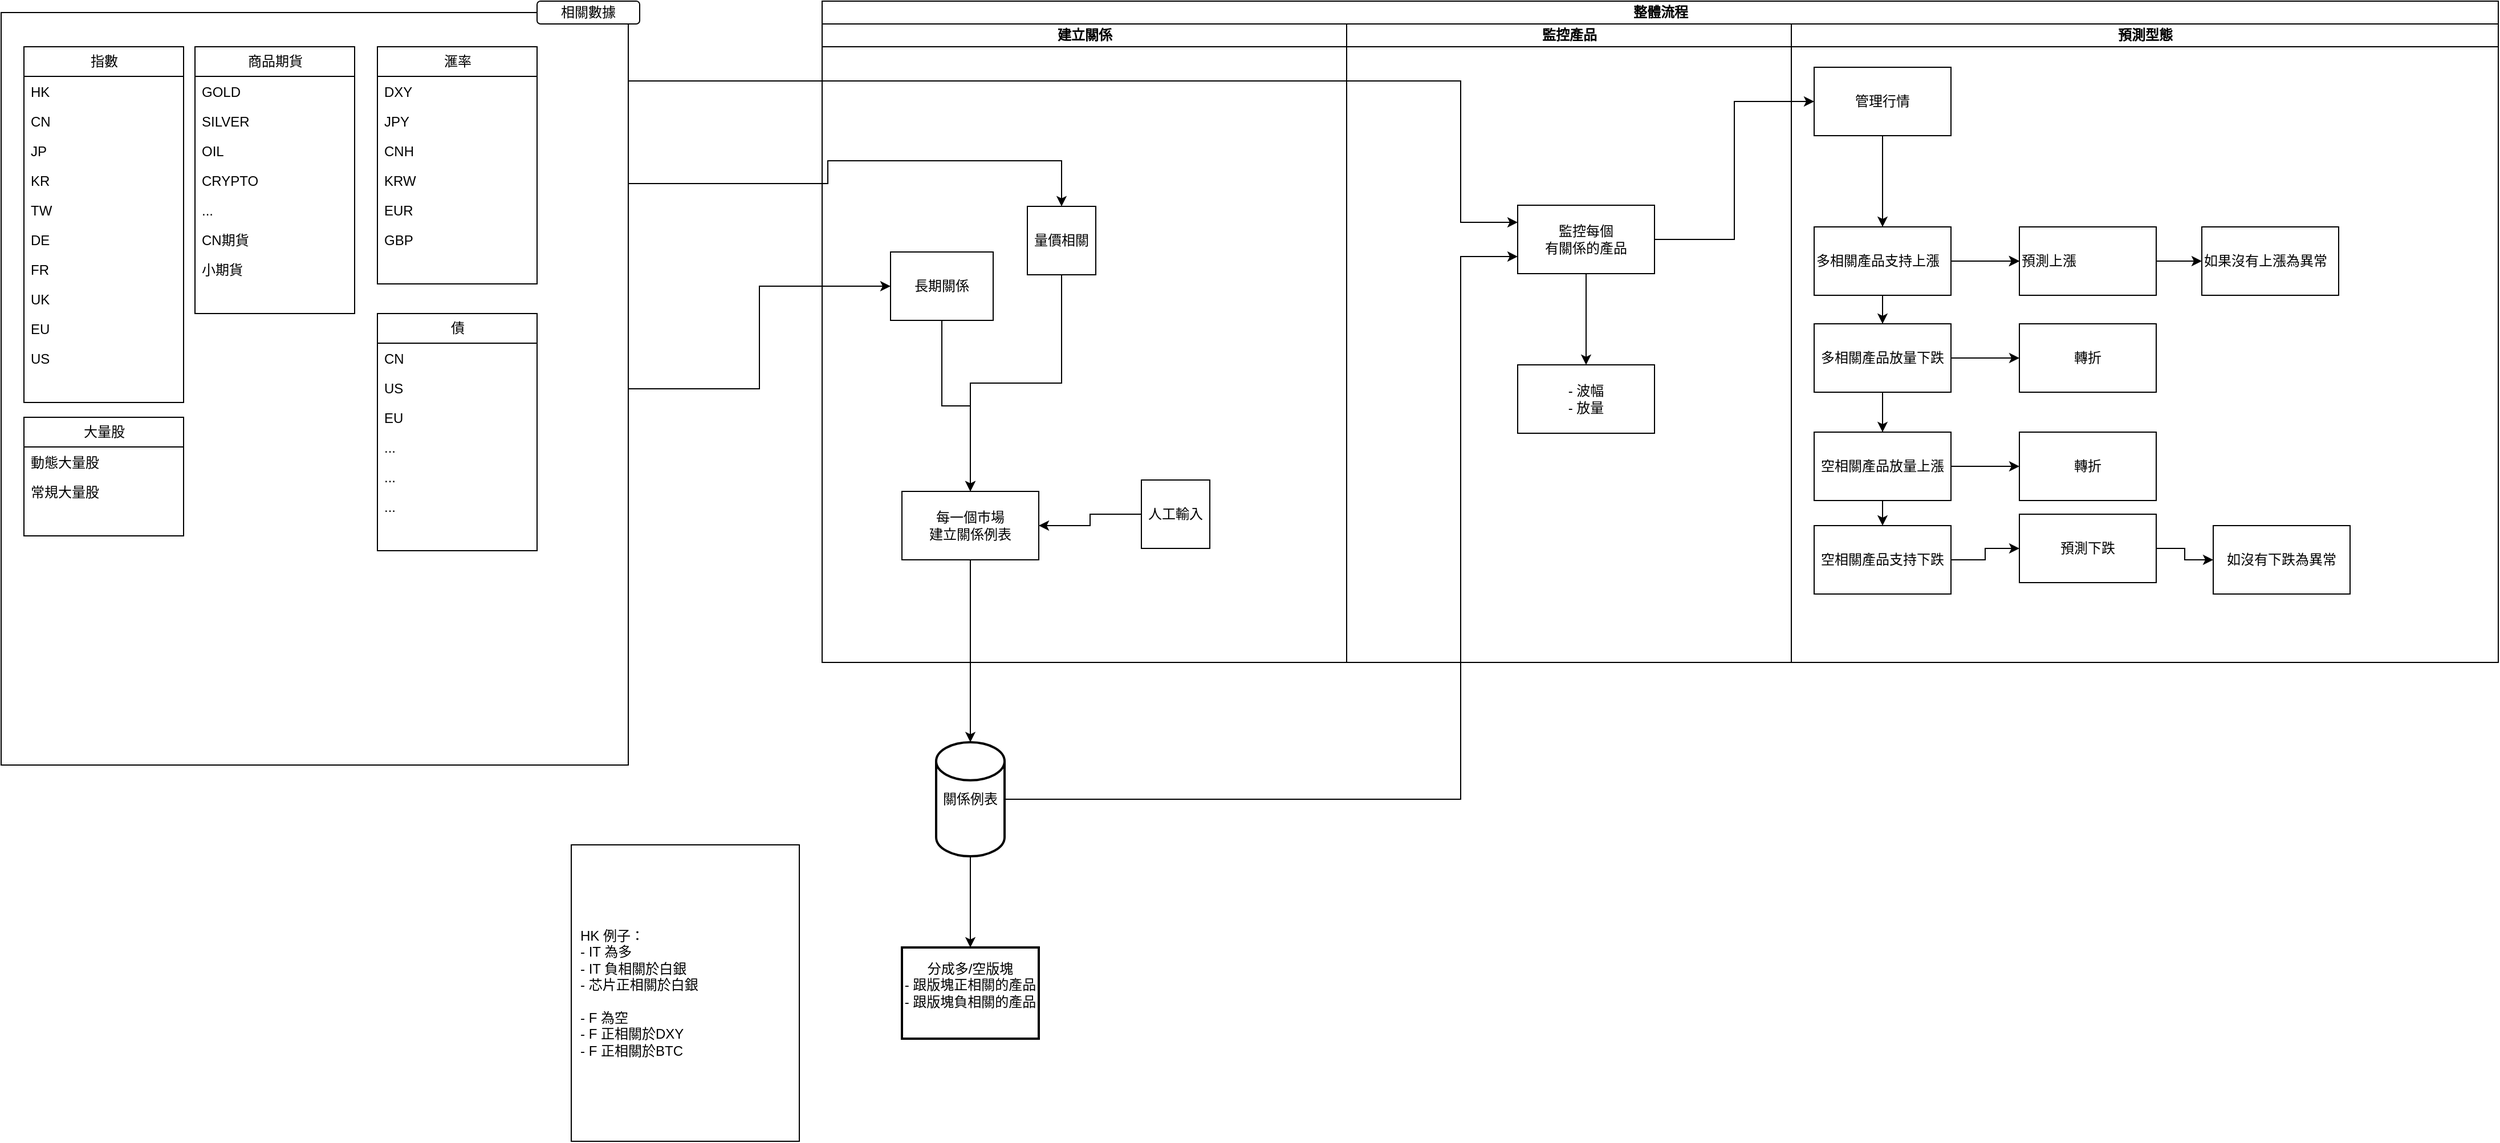
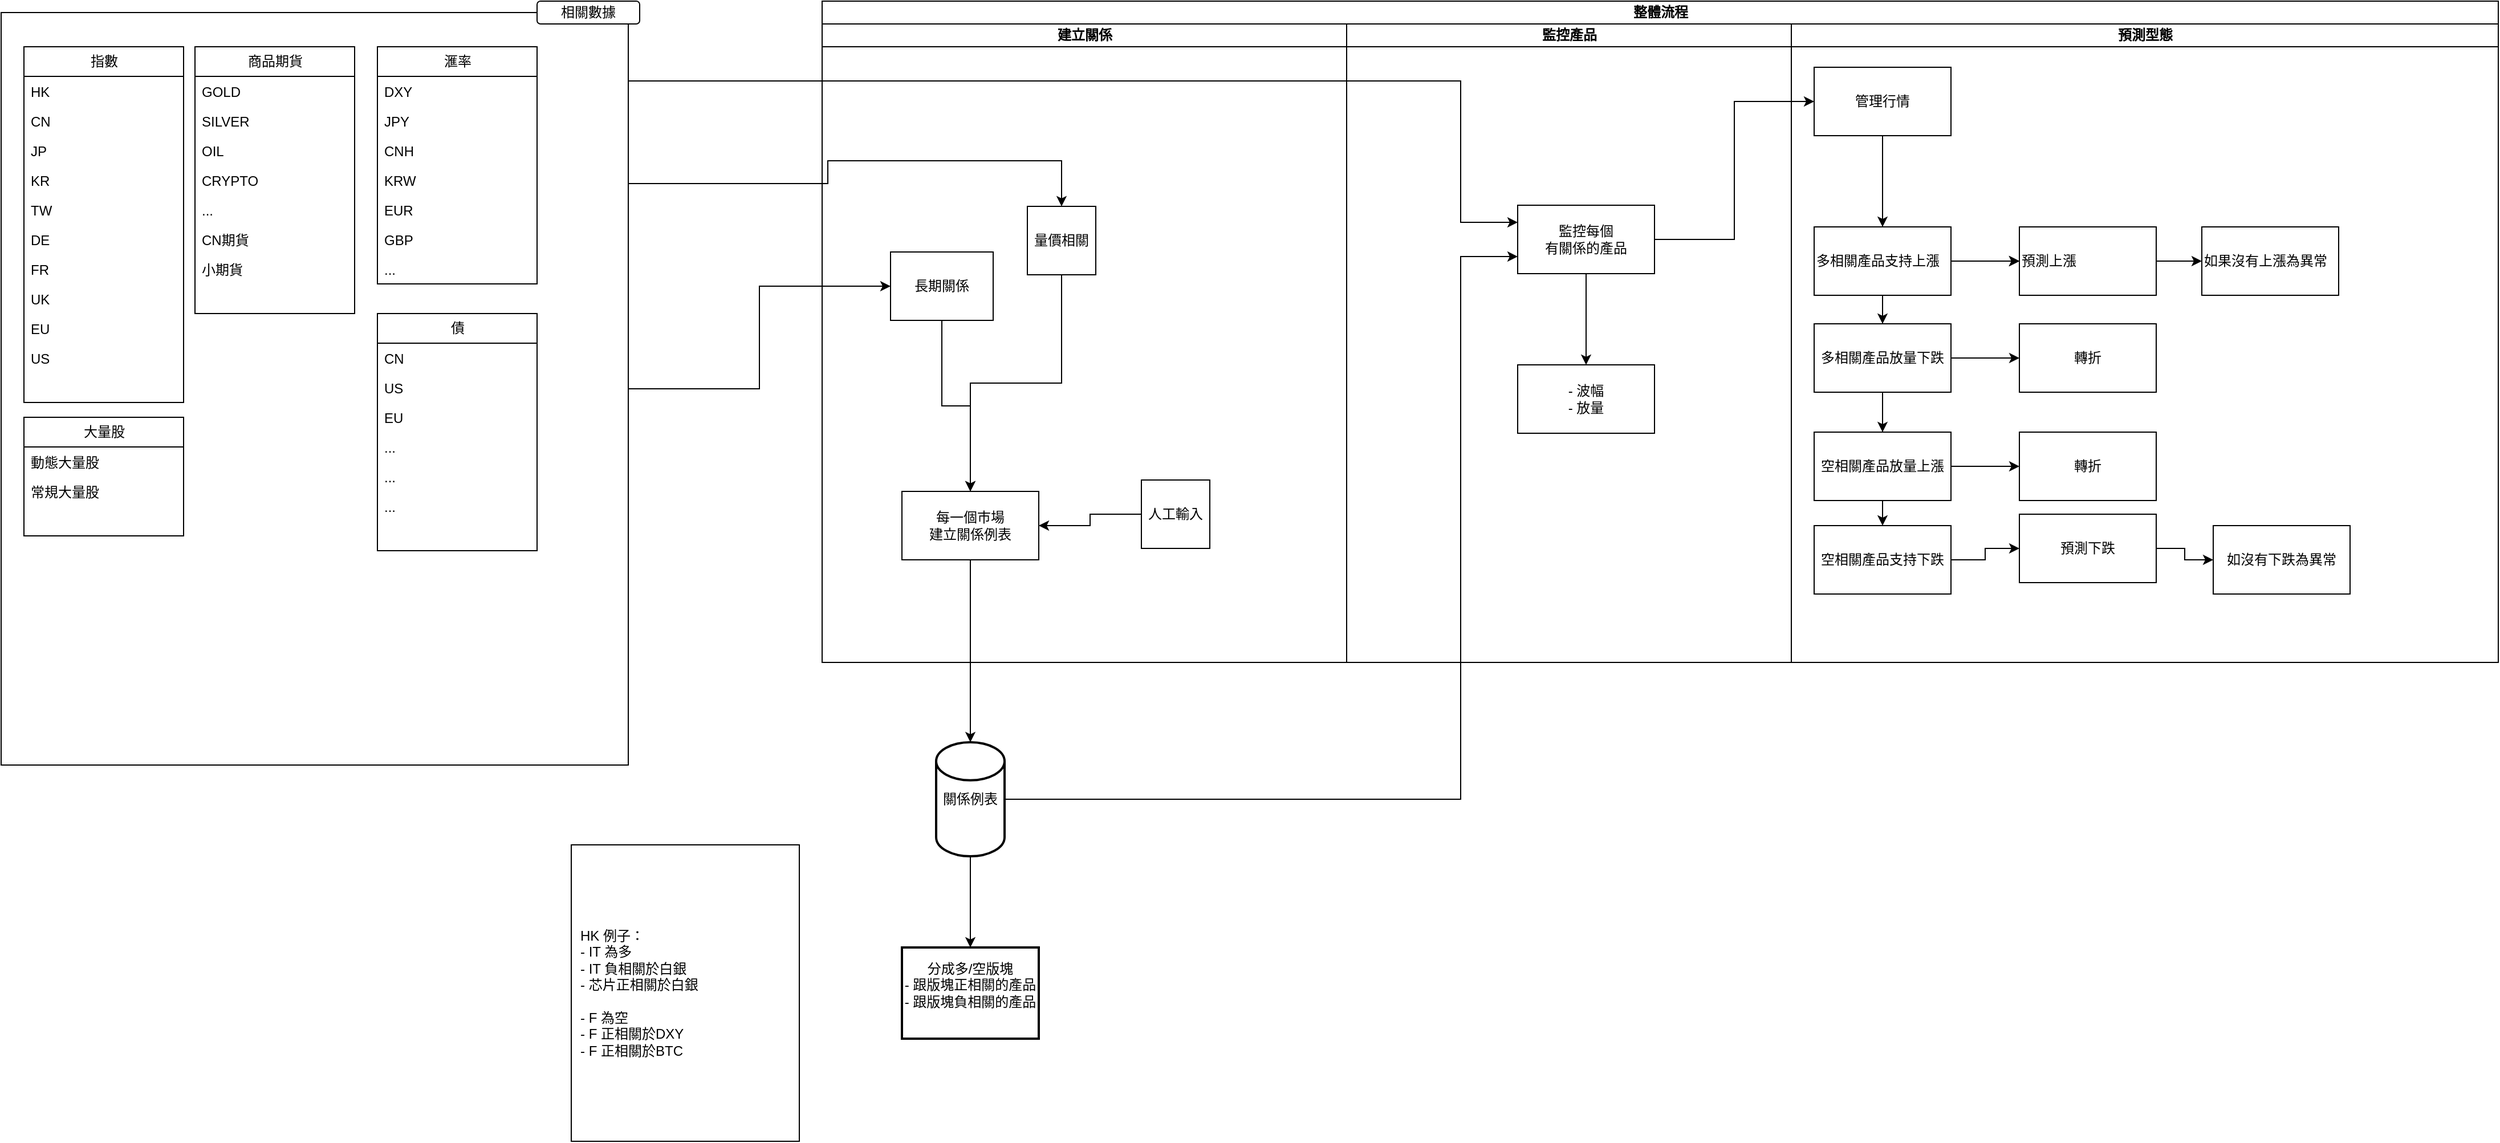
<mxfile host="app.diagrams.net" agent="5.0 (Windows NT 10.0; Win64; x64) AppleWebKit/537.36 (KHTML, like Gecko) Chrome/90.0.4430.212 Safari/537.36">
  <diagram name="Page-1" id="74e2e168-ea6b-b213-b513-2b3c1d86103e">
-     <mxGraphModel dx="3118" dy="786" grid="1" gridSize="10" guides="1" tooltips="1" connect="1" arrows="1" fold="1" page="1" pageScale="1" pageWidth="1100" pageHeight="850" background="none" math="0" shadow="0">
+     <mxGraphModel dx="3812" dy="1174" grid="1" gridSize="10" guides="1" tooltips="1" connect="1" arrows="1" fold="1" page="1" pageScale="1" pageWidth="1100" pageHeight="850" background="none" math="0" shadow="0">
      <root>
        <mxCell id="0" />
        <mxCell id="1" parent="0" />
        <mxCell id="YQHDDsOLslfGtJY1zLIF-77" edge="1" parent="1" source="YQHDDsOLslfGtJY1zLIF-29" style="edgeStyle=orthogonalEdgeStyle;rounded=0;orthogonalLoop=1;jettySize=auto;html=1;entryX=0.5;entryY=0;entryDx=0;entryDy=0;" target="YQHDDsOLslfGtJY1zLIF-23">
          <mxGeometry relative="1" as="geometry">
            <Array as="points">
              <mxPoint x="145" y="220" />
              <mxPoint x="145" y="200" />
              <mxPoint x="350" y="200" />
            </Array>
          </mxGeometry>
        </mxCell>
        <mxCell id="YQHDDsOLslfGtJY1zLIF-78" edge="1" parent="1" source="YQHDDsOLslfGtJY1zLIF-29" style="edgeStyle=orthogonalEdgeStyle;rounded=0;orthogonalLoop=1;jettySize=auto;html=1;entryX=0;entryY=0.5;entryDx=0;entryDy=0;" target="YQHDDsOLslfGtJY1zLIF-21">
          <mxGeometry relative="1" as="geometry" />
        </mxCell>
        <mxCell id="YQHDDsOLslfGtJY1zLIF-80" edge="1" parent="1" source="YQHDDsOLslfGtJY1zLIF-29" style="edgeStyle=orthogonalEdgeStyle;rounded=0;orthogonalLoop=1;jettySize=auto;html=1;entryX=0;entryY=0.25;entryDx=0;entryDy=0;" target="YQHDDsOLslfGtJY1zLIF-15">
          <mxGeometry relative="1" as="geometry">
            <Array as="points">
              <mxPoint x="700" y="130" />
              <mxPoint x="700" y="254" />
            </Array>
          </mxGeometry>
        </mxCell>
        <mxCell id="YQHDDsOLslfGtJY1zLIF-29" parent="1" style="rounded=0;whiteSpace=wrap;html=1;" value="" vertex="1">
          <mxGeometry height="660" width="550" x="-580" y="70" as="geometry" />
        </mxCell>
        <mxCell id="YQHDDsOLslfGtJY1zLIF-5" parent="1" style="swimlane;childLayout=stackLayout;resizeParent=1;resizeParentMax=0;startSize=20;html=1;" value="整體流程" vertex="1">
          <mxGeometry height="580" width="1470" x="140" y="60" as="geometry" />
        </mxCell>
        <mxCell id="YQHDDsOLslfGtJY1zLIF-6" parent="YQHDDsOLslfGtJY1zLIF-5" style="swimlane;startSize=20;html=1;" value="建立關係" vertex="1">
          <mxGeometry height="560" width="460" y="20" as="geometry" />
        </mxCell>
        <mxCell id="YQHDDsOLslfGtJY1zLIF-9" parent="YQHDDsOLslfGtJY1zLIF-6" style="rounded=0;whiteSpace=wrap;html=1;" value="每一個巿場&lt;br&gt;建立關係例表" vertex="1">
          <mxGeometry height="60" width="120" x="70" y="410" as="geometry" />
        </mxCell>
        <mxCell id="YQHDDsOLslfGtJY1zLIF-22" edge="1" parent="YQHDDsOLslfGtJY1zLIF-6" source="YQHDDsOLslfGtJY1zLIF-21" style="edgeStyle=orthogonalEdgeStyle;rounded=0;orthogonalLoop=1;jettySize=auto;html=1;entryX=0.5;entryY=0;entryDx=0;entryDy=0;" target="YQHDDsOLslfGtJY1zLIF-9">
          <mxGeometry relative="1" as="geometry" />
        </mxCell>
        <mxCell id="YQHDDsOLslfGtJY1zLIF-21" parent="YQHDDsOLslfGtJY1zLIF-6" style="rounded=0;whiteSpace=wrap;html=1;" value="長期關係" vertex="1">
          <mxGeometry height="60" width="90" x="60" y="200" as="geometry" />
        </mxCell>
        <mxCell id="YQHDDsOLslfGtJY1zLIF-25" edge="1" parent="YQHDDsOLslfGtJY1zLIF-6" source="YQHDDsOLslfGtJY1zLIF-23" style="edgeStyle=orthogonalEdgeStyle;rounded=0;orthogonalLoop=1;jettySize=auto;html=1;entryX=0.5;entryY=0;entryDx=0;entryDy=0;" target="YQHDDsOLslfGtJY1zLIF-9">
          <mxGeometry relative="1" as="geometry" />
        </mxCell>
        <mxCell id="YQHDDsOLslfGtJY1zLIF-23" parent="YQHDDsOLslfGtJY1zLIF-6" style="rounded=0;whiteSpace=wrap;html=1;" value="量價相關" vertex="1">
          <mxGeometry height="60" width="60" x="180" y="160" as="geometry" />
        </mxCell>
        <mxCell id="YQHDDsOLslfGtJY1zLIF-79" edge="1" parent="YQHDDsOLslfGtJY1zLIF-6" source="YQHDDsOLslfGtJY1zLIF-26" style="edgeStyle=orthogonalEdgeStyle;rounded=0;orthogonalLoop=1;jettySize=auto;html=1;" target="YQHDDsOLslfGtJY1zLIF-9">
          <mxGeometry relative="1" as="geometry" />
        </mxCell>
        <mxCell id="YQHDDsOLslfGtJY1zLIF-26" parent="YQHDDsOLslfGtJY1zLIF-6" style="rounded=0;whiteSpace=wrap;html=1;" value="人工輸入" vertex="1">
          <mxGeometry height="60" width="60" x="280" y="400" as="geometry" />
        </mxCell>
        <mxCell id="YQHDDsOLslfGtJY1zLIF-7" parent="YQHDDsOLslfGtJY1zLIF-5" style="swimlane;startSize=20;html=1;" value="監控產品" vertex="1">
          <mxGeometry height="560" width="390" x="460" y="20" as="geometry" />
        </mxCell>
        <mxCell id="YQHDDsOLslfGtJY1zLIF-82" edge="1" parent="YQHDDsOLslfGtJY1zLIF-7" source="YQHDDsOLslfGtJY1zLIF-15" style="edgeStyle=orthogonalEdgeStyle;rounded=0;orthogonalLoop=1;jettySize=auto;html=1;" target="YQHDDsOLslfGtJY1zLIF-81" value="">
          <mxGeometry relative="1" as="geometry" />
        </mxCell>
        <mxCell id="YQHDDsOLslfGtJY1zLIF-15" parent="YQHDDsOLslfGtJY1zLIF-7" style="rounded=0;whiteSpace=wrap;html=1;" value="&lt;div&gt;監控每個&lt;/div&gt;&lt;div&gt;有關係的產品&lt;/div&gt;" vertex="1">
          <mxGeometry height="60" width="120" x="150" y="159" as="geometry" />
        </mxCell>
        <mxCell id="YQHDDsOLslfGtJY1zLIF-81" parent="YQHDDsOLslfGtJY1zLIF-7" style="whiteSpace=wrap;html=1;rounded=0;" value="- 波幅&lt;div&gt;- 放量&lt;/div&gt;" vertex="1">
          <mxGeometry height="60" width="120" x="150" y="299" as="geometry" />
        </mxCell>
        <mxCell id="YQHDDsOLslfGtJY1zLIF-18" edge="1" parent="YQHDDsOLslfGtJY1zLIF-5" source="YQHDDsOLslfGtJY1zLIF-15" style="edgeStyle=orthogonalEdgeStyle;rounded=0;orthogonalLoop=1;jettySize=auto;html=1;entryX=0;entryY=0.5;entryDx=0;entryDy=0;" target="YQHDDsOLslfGtJY1zLIF-17">
          <mxGeometry relative="1" as="geometry" />
        </mxCell>
        <mxCell id="YQHDDsOLslfGtJY1zLIF-8" parent="YQHDDsOLslfGtJY1zLIF-5" style="swimlane;startSize=20;html=1;" value="預測型態" vertex="1">
          <mxGeometry height="560" width="620" x="850" y="20" as="geometry" />
        </mxCell>
        <mxCell id="YQHDDsOLslfGtJY1zLIF-99" edge="1" parent="YQHDDsOLslfGtJY1zLIF-8" source="YQHDDsOLslfGtJY1zLIF-17" style="edgeStyle=orthogonalEdgeStyle;rounded=0;orthogonalLoop=1;jettySize=auto;html=1;" target="YQHDDsOLslfGtJY1zLIF-98" value="">
          <mxGeometry relative="1" as="geometry" />
        </mxCell>
        <mxCell id="YQHDDsOLslfGtJY1zLIF-109" edge="1" parent="YQHDDsOLslfGtJY1zLIF-8" source="YQHDDsOLslfGtJY1zLIF-17" style="edgeStyle=orthogonalEdgeStyle;rounded=0;orthogonalLoop=1;jettySize=auto;html=1;" target="YQHDDsOLslfGtJY1zLIF-108" value="">
          <mxGeometry relative="1" as="geometry" />
        </mxCell>
        <mxCell id="YQHDDsOLslfGtJY1zLIF-115" edge="1" parent="YQHDDsOLslfGtJY1zLIF-8" source="YQHDDsOLslfGtJY1zLIF-17" style="edgeStyle=orthogonalEdgeStyle;rounded=0;orthogonalLoop=1;jettySize=auto;html=1;" target="YQHDDsOLslfGtJY1zLIF-114" value="">
          <mxGeometry relative="1" as="geometry" />
        </mxCell>
        <mxCell id="YQHDDsOLslfGtJY1zLIF-119" edge="1" parent="YQHDDsOLslfGtJY1zLIF-8" source="YQHDDsOLslfGtJY1zLIF-17" style="edgeStyle=orthogonalEdgeStyle;rounded=0;orthogonalLoop=1;jettySize=auto;html=1;" target="YQHDDsOLslfGtJY1zLIF-118" value="">
          <mxGeometry relative="1" as="geometry" />
        </mxCell>
        <mxCell id="YQHDDsOLslfGtJY1zLIF-17" parent="YQHDDsOLslfGtJY1zLIF-8" style="rounded=0;whiteSpace=wrap;html=1;" value="管理行情" vertex="1">
          <mxGeometry height="60" width="120" x="20" y="38" as="geometry" />
        </mxCell>
        <mxCell id="YQHDDsOLslfGtJY1zLIF-101" edge="1" parent="YQHDDsOLslfGtJY1zLIF-8" source="YQHDDsOLslfGtJY1zLIF-98" style="edgeStyle=orthogonalEdgeStyle;rounded=0;orthogonalLoop=1;jettySize=auto;html=1;" target="YQHDDsOLslfGtJY1zLIF-100" value="">
          <mxGeometry relative="1" as="geometry" />
        </mxCell>
        <mxCell id="YQHDDsOLslfGtJY1zLIF-103" edge="1" parent="YQHDDsOLslfGtJY1zLIF-8" source="YQHDDsOLslfGtJY1zLIF-98" style="edgeStyle=orthogonalEdgeStyle;rounded=0;orthogonalLoop=1;jettySize=auto;html=1;" target="YQHDDsOLslfGtJY1zLIF-100" value="">
          <mxGeometry relative="1" as="geometry" />
        </mxCell>
        <mxCell id="YQHDDsOLslfGtJY1zLIF-104" edge="1" parent="YQHDDsOLslfGtJY1zLIF-8" source="YQHDDsOLslfGtJY1zLIF-98" style="edgeStyle=orthogonalEdgeStyle;rounded=0;orthogonalLoop=1;jettySize=auto;html=1;" target="YQHDDsOLslfGtJY1zLIF-100" value="">
          <mxGeometry relative="1" as="geometry" />
        </mxCell>
        <mxCell id="YQHDDsOLslfGtJY1zLIF-98" parent="YQHDDsOLslfGtJY1zLIF-8" style="whiteSpace=wrap;html=1;rounded=0;align=left;" value="多相關產品支持上漲" vertex="1">
          <mxGeometry height="60" width="120" x="20" y="178" as="geometry" />
        </mxCell>
        <mxCell id="YQHDDsOLslfGtJY1zLIF-107" edge="1" parent="YQHDDsOLslfGtJY1zLIF-8" source="YQHDDsOLslfGtJY1zLIF-100" style="edgeStyle=orthogonalEdgeStyle;rounded=0;orthogonalLoop=1;jettySize=auto;html=1;entryX=0;entryY=0.5;entryDx=0;entryDy=0;" target="YQHDDsOLslfGtJY1zLIF-105">
          <mxGeometry relative="1" as="geometry" />
        </mxCell>
        <mxCell id="YQHDDsOLslfGtJY1zLIF-100" parent="YQHDDsOLslfGtJY1zLIF-8" style="whiteSpace=wrap;html=1;align=left;rounded=0;" value="預測上漲" vertex="1">
          <mxGeometry height="60" width="120" x="200" y="178" as="geometry" />
        </mxCell>
        <mxCell id="YQHDDsOLslfGtJY1zLIF-105" parent="YQHDDsOLslfGtJY1zLIF-8" style="whiteSpace=wrap;html=1;align=left;rounded=0;" value="如果沒有上漲為異常" vertex="1">
          <mxGeometry height="60" width="120" x="360" y="178" as="geometry" />
        </mxCell>
        <mxCell id="YQHDDsOLslfGtJY1zLIF-113" edge="1" parent="YQHDDsOLslfGtJY1zLIF-8" source="YQHDDsOLslfGtJY1zLIF-108" style="edgeStyle=orthogonalEdgeStyle;rounded=0;orthogonalLoop=1;jettySize=auto;html=1;" target="YQHDDsOLslfGtJY1zLIF-112" value="">
          <mxGeometry relative="1" as="geometry" />
        </mxCell>
        <mxCell id="YQHDDsOLslfGtJY1zLIF-108" parent="YQHDDsOLslfGtJY1zLIF-8" style="whiteSpace=wrap;html=1;rounded=0;" value="多相關產品放量下跌" vertex="1">
          <mxGeometry height="60" width="120" x="20" y="263" as="geometry" />
        </mxCell>
        <mxCell id="YQHDDsOLslfGtJY1zLIF-112" parent="YQHDDsOLslfGtJY1zLIF-8" style="whiteSpace=wrap;html=1;rounded=0;" value="轉折" vertex="1">
          <mxGeometry height="60" width="120" x="200" y="263" as="geometry" />
        </mxCell>
        <mxCell id="YQHDDsOLslfGtJY1zLIF-117" edge="1" parent="YQHDDsOLslfGtJY1zLIF-8" source="YQHDDsOLslfGtJY1zLIF-114" style="edgeStyle=orthogonalEdgeStyle;rounded=0;orthogonalLoop=1;jettySize=auto;html=1;entryX=0;entryY=0.5;entryDx=0;entryDy=0;" target="YQHDDsOLslfGtJY1zLIF-116">
          <mxGeometry relative="1" as="geometry" />
        </mxCell>
        <mxCell id="YQHDDsOLslfGtJY1zLIF-114" parent="YQHDDsOLslfGtJY1zLIF-8" style="whiteSpace=wrap;html=1;rounded=0;" value="空相關產品放量上漲" vertex="1">
          <mxGeometry height="60" width="120" x="20" y="358" as="geometry" />
        </mxCell>
        <mxCell id="YQHDDsOLslfGtJY1zLIF-116" parent="YQHDDsOLslfGtJY1zLIF-8" style="whiteSpace=wrap;html=1;rounded=0;" value="轉折" vertex="1">
          <mxGeometry height="60" width="120" x="200" y="358" as="geometry" />
        </mxCell>
        <mxCell id="YQHDDsOLslfGtJY1zLIF-121" edge="1" parent="YQHDDsOLslfGtJY1zLIF-8" source="YQHDDsOLslfGtJY1zLIF-118" style="edgeStyle=orthogonalEdgeStyle;rounded=0;orthogonalLoop=1;jettySize=auto;html=1;" target="YQHDDsOLslfGtJY1zLIF-120">
          <mxGeometry relative="1" as="geometry" />
        </mxCell>
        <mxCell id="YQHDDsOLslfGtJY1zLIF-118" parent="YQHDDsOLslfGtJY1zLIF-8" style="whiteSpace=wrap;html=1;rounded=0;" value="&lt;span style=&quot;text-align: left;&quot;&gt;空相關產品支持下跌&lt;/span&gt;" vertex="1">
          <mxGeometry height="60" width="120" x="20" y="440" as="geometry" />
        </mxCell>
        <mxCell id="YQHDDsOLslfGtJY1zLIF-124" edge="1" parent="YQHDDsOLslfGtJY1zLIF-8" source="YQHDDsOLslfGtJY1zLIF-120" style="edgeStyle=orthogonalEdgeStyle;rounded=0;orthogonalLoop=1;jettySize=auto;html=1;" target="YQHDDsOLslfGtJY1zLIF-123" value="">
          <mxGeometry relative="1" as="geometry" />
        </mxCell>
        <mxCell id="YQHDDsOLslfGtJY1zLIF-120" parent="YQHDDsOLslfGtJY1zLIF-8" style="whiteSpace=wrap;html=1;rounded=0;" value="預測下跌" vertex="1">
          <mxGeometry height="60" width="120" x="200" y="430" as="geometry" />
        </mxCell>
        <mxCell id="YQHDDsOLslfGtJY1zLIF-123" parent="YQHDDsOLslfGtJY1zLIF-8" style="whiteSpace=wrap;html=1;rounded=0;" value="如沒有下跌為異常" vertex="1">
          <mxGeometry height="60" width="120" x="370" y="440" as="geometry" />
        </mxCell>
        <mxCell id="YQHDDsOLslfGtJY1zLIF-16" edge="1" parent="1" source="YQHDDsOLslfGtJY1zLIF-10" style="edgeStyle=orthogonalEdgeStyle;rounded=0;orthogonalLoop=1;jettySize=auto;html=1;entryX=0;entryY=0.75;entryDx=0;entryDy=0;" target="YQHDDsOLslfGtJY1zLIF-15">
          <mxGeometry relative="1" as="geometry">
            <Array as="points">
              <mxPoint x="700" y="760" />
              <mxPoint x="700" y="284" />
            </Array>
          </mxGeometry>
        </mxCell>
        <mxCell id="YQHDDsOLslfGtJY1zLIF-84" edge="1" parent="1" source="YQHDDsOLslfGtJY1zLIF-10" style="edgeStyle=orthogonalEdgeStyle;rounded=0;orthogonalLoop=1;jettySize=auto;html=1;" target="YQHDDsOLslfGtJY1zLIF-83" value="">
          <mxGeometry relative="1" as="geometry" />
        </mxCell>
        <mxCell id="YQHDDsOLslfGtJY1zLIF-10" parent="1" style="strokeWidth=2;html=1;shape=mxgraph.flowchart.database;whiteSpace=wrap;" value="關係例表" vertex="1">
          <mxGeometry height="100" width="60" x="240" y="710" as="geometry" />
        </mxCell>
        <mxCell id="YQHDDsOLslfGtJY1zLIF-12" edge="1" parent="1" source="YQHDDsOLslfGtJY1zLIF-9" style="edgeStyle=orthogonalEdgeStyle;rounded=0;orthogonalLoop=1;jettySize=auto;html=1;entryX=0.5;entryY=0;entryDx=0;entryDy=0;entryPerimeter=0;" target="YQHDDsOLslfGtJY1zLIF-10">
          <mxGeometry relative="1" as="geometry" />
        </mxCell>
        <mxCell id="YQHDDsOLslfGtJY1zLIF-31" parent="1" style="swimlane;fontStyle=0;childLayout=stackLayout;horizontal=1;startSize=26;fillColor=none;horizontalStack=0;resizeParent=1;resizeParentMax=0;resizeLast=0;collapsible=1;marginBottom=0;html=1;" value="指數" vertex="1">
          <mxGeometry height="312" width="140" x="-560" y="100" as="geometry">
            <mxRectangle height="30" width="60" x="-120" y="310" as="alternateBounds" />
          </mxGeometry>
        </mxCell>
        <mxCell id="YQHDDsOLslfGtJY1zLIF-32" parent="YQHDDsOLslfGtJY1zLIF-31" style="text;strokeColor=none;fillColor=none;align=left;verticalAlign=top;spacingLeft=4;spacingRight=4;overflow=hidden;rotatable=0;points=[[0,0.5],[1,0.5]];portConstraint=eastwest;whiteSpace=wrap;html=1;" value="HK" vertex="1">
          <mxGeometry height="26" width="140" y="26" as="geometry" />
        </mxCell>
        <mxCell id="YQHDDsOLslfGtJY1zLIF-33" parent="YQHDDsOLslfGtJY1zLIF-31" style="text;strokeColor=none;fillColor=none;align=left;verticalAlign=top;spacingLeft=4;spacingRight=4;overflow=hidden;rotatable=0;points=[[0,0.5],[1,0.5]];portConstraint=eastwest;whiteSpace=wrap;html=1;" value="CN" vertex="1">
          <mxGeometry height="26" width="140" y="52" as="geometry" />
        </mxCell>
        <mxCell id="YQHDDsOLslfGtJY1zLIF-34" parent="YQHDDsOLslfGtJY1zLIF-31" style="text;strokeColor=none;fillColor=none;align=left;verticalAlign=top;spacingLeft=4;spacingRight=4;overflow=hidden;rotatable=0;points=[[0,0.5],[1,0.5]];portConstraint=eastwest;whiteSpace=wrap;html=1;" value="JP" vertex="1">
          <mxGeometry height="26" width="140" y="78" as="geometry" />
        </mxCell>
        <mxCell id="YQHDDsOLslfGtJY1zLIF-35" parent="YQHDDsOLslfGtJY1zLIF-31" style="text;strokeColor=none;fillColor=none;align=left;verticalAlign=top;spacingLeft=4;spacingRight=4;overflow=hidden;rotatable=0;points=[[0,0.5],[1,0.5]];portConstraint=eastwest;whiteSpace=wrap;html=1;" value="KR" vertex="1">
          <mxGeometry height="26" width="140" y="104" as="geometry" />
        </mxCell>
        <mxCell id="YQHDDsOLslfGtJY1zLIF-39" parent="YQHDDsOLslfGtJY1zLIF-31" style="text;strokeColor=none;fillColor=none;align=left;verticalAlign=top;spacingLeft=4;spacingRight=4;overflow=hidden;rotatable=0;points=[[0,0.5],[1,0.5]];portConstraint=eastwest;whiteSpace=wrap;html=1;" value="TW" vertex="1">
          <mxGeometry height="26" width="140" y="130" as="geometry" />
        </mxCell>
        <mxCell id="YQHDDsOLslfGtJY1zLIF-38" parent="YQHDDsOLslfGtJY1zLIF-31" style="text;strokeColor=none;fillColor=none;align=left;verticalAlign=top;spacingLeft=4;spacingRight=4;overflow=hidden;rotatable=0;points=[[0,0.5],[1,0.5]];portConstraint=eastwest;whiteSpace=wrap;html=1;" value="DE" vertex="1">
          <mxGeometry height="26" width="140" y="156" as="geometry" />
        </mxCell>
        <mxCell id="YQHDDsOLslfGtJY1zLIF-37" parent="YQHDDsOLslfGtJY1zLIF-31" style="text;strokeColor=none;fillColor=none;align=left;verticalAlign=top;spacingLeft=4;spacingRight=4;overflow=hidden;rotatable=0;points=[[0,0.5],[1,0.5]];portConstraint=eastwest;whiteSpace=wrap;html=1;" value="FR" vertex="1">
          <mxGeometry height="26" width="140" y="182" as="geometry" />
        </mxCell>
        <mxCell id="YQHDDsOLslfGtJY1zLIF-36" parent="YQHDDsOLslfGtJY1zLIF-31" style="text;strokeColor=none;fillColor=none;align=left;verticalAlign=top;spacingLeft=4;spacingRight=4;overflow=hidden;rotatable=0;points=[[0,0.5],[1,0.5]];portConstraint=eastwest;whiteSpace=wrap;html=1;" value="UK&lt;span style=&quot;white-space: pre;&quot;&gt;&#x9;&lt;/span&gt;" vertex="1">
          <mxGeometry height="26" width="140" y="208" as="geometry" />
        </mxCell>
        <mxCell id="YQHDDsOLslfGtJY1zLIF-42" parent="YQHDDsOLslfGtJY1zLIF-31" style="text;strokeColor=none;fillColor=none;align=left;verticalAlign=top;spacingLeft=4;spacingRight=4;overflow=hidden;rotatable=0;points=[[0,0.5],[1,0.5]];portConstraint=eastwest;whiteSpace=wrap;html=1;" value="EU" vertex="1">
          <mxGeometry height="26" width="140" y="234" as="geometry" />
        </mxCell>
        <mxCell id="YQHDDsOLslfGtJY1zLIF-41" parent="YQHDDsOLslfGtJY1zLIF-31" style="text;strokeColor=none;fillColor=none;align=left;verticalAlign=top;spacingLeft=4;spacingRight=4;overflow=hidden;rotatable=0;points=[[0,0.5],[1,0.5]];portConstraint=eastwest;whiteSpace=wrap;html=1;" value="US" vertex="1">
          <mxGeometry height="26" width="140" y="260" as="geometry" />
        </mxCell>
        <mxCell id="YQHDDsOLslfGtJY1zLIF-40" parent="YQHDDsOLslfGtJY1zLIF-31" style="text;strokeColor=none;fillColor=none;align=left;verticalAlign=top;spacingLeft=4;spacingRight=4;overflow=hidden;rotatable=0;points=[[0,0.5],[1,0.5]];portConstraint=eastwest;whiteSpace=wrap;html=1;" vertex="1">
          <mxGeometry height="26" width="140" y="286" as="geometry" />
        </mxCell>
        <mxCell id="YQHDDsOLslfGtJY1zLIF-44" parent="1" style="rounded=1;whiteSpace=wrap;html=1;" value="相關數據" vertex="1">
          <mxGeometry height="20" width="90" x="-110" y="60" as="geometry" />
        </mxCell>
        <mxCell id="YQHDDsOLslfGtJY1zLIF-45" parent="1" style="swimlane;fontStyle=0;childLayout=stackLayout;horizontal=1;startSize=26;fillColor=none;horizontalStack=0;resizeParent=1;resizeParentMax=0;resizeLast=0;collapsible=1;marginBottom=0;html=1;" value="商品期貨" vertex="1">
          <mxGeometry height="234" width="140" x="-410" y="100" as="geometry">
            <mxRectangle height="30" width="60" x="-120" y="310" as="alternateBounds" />
          </mxGeometry>
        </mxCell>
        <mxCell id="YQHDDsOLslfGtJY1zLIF-46" parent="YQHDDsOLslfGtJY1zLIF-45" style="text;strokeColor=none;fillColor=none;align=left;verticalAlign=top;spacingLeft=4;spacingRight=4;overflow=hidden;rotatable=0;points=[[0,0.5],[1,0.5]];portConstraint=eastwest;whiteSpace=wrap;html=1;" value="GOLD" vertex="1">
          <mxGeometry height="26" width="140" y="26" as="geometry" />
        </mxCell>
        <mxCell id="YQHDDsOLslfGtJY1zLIF-47" parent="YQHDDsOLslfGtJY1zLIF-45" style="text;strokeColor=none;fillColor=none;align=left;verticalAlign=top;spacingLeft=4;spacingRight=4;overflow=hidden;rotatable=0;points=[[0,0.5],[1,0.5]];portConstraint=eastwest;whiteSpace=wrap;html=1;" value="SILVER" vertex="1">
          <mxGeometry height="26" width="140" y="52" as="geometry" />
        </mxCell>
        <mxCell id="YQHDDsOLslfGtJY1zLIF-48" parent="YQHDDsOLslfGtJY1zLIF-45" style="text;strokeColor=none;fillColor=none;align=left;verticalAlign=top;spacingLeft=4;spacingRight=4;overflow=hidden;rotatable=0;points=[[0,0.5],[1,0.5]];portConstraint=eastwest;whiteSpace=wrap;html=1;" value="OIL" vertex="1">
          <mxGeometry height="26" width="140" y="78" as="geometry" />
        </mxCell>
        <mxCell id="YQHDDsOLslfGtJY1zLIF-49" parent="YQHDDsOLslfGtJY1zLIF-45" style="text;strokeColor=none;fillColor=none;align=left;verticalAlign=top;spacingLeft=4;spacingRight=4;overflow=hidden;rotatable=0;points=[[0,0.5],[1,0.5]];portConstraint=eastwest;whiteSpace=wrap;html=1;" value="CRYPTO" vertex="1">
          <mxGeometry height="26" width="140" y="104" as="geometry" />
        </mxCell>
        <mxCell id="YQHDDsOLslfGtJY1zLIF-50" parent="YQHDDsOLslfGtJY1zLIF-45" style="text;strokeColor=none;fillColor=none;align=left;verticalAlign=top;spacingLeft=4;spacingRight=4;overflow=hidden;rotatable=0;points=[[0,0.5],[1,0.5]];portConstraint=eastwest;whiteSpace=wrap;html=1;" value="..." vertex="1">
          <mxGeometry height="26" width="140" y="130" as="geometry" />
        </mxCell>
        <mxCell id="YQHDDsOLslfGtJY1zLIF-51" parent="YQHDDsOLslfGtJY1zLIF-45" style="text;strokeColor=none;fillColor=none;align=left;verticalAlign=top;spacingLeft=4;spacingRight=4;overflow=hidden;rotatable=0;points=[[0,0.5],[1,0.5]];portConstraint=eastwest;whiteSpace=wrap;html=1;" value="CN期貨" vertex="1">
          <mxGeometry height="26" width="140" y="156" as="geometry" />
        </mxCell>
        <mxCell id="YQHDDsOLslfGtJY1zLIF-52" parent="YQHDDsOLslfGtJY1zLIF-45" style="text;strokeColor=none;fillColor=none;align=left;verticalAlign=top;spacingLeft=4;spacingRight=4;overflow=hidden;rotatable=0;points=[[0,0.5],[1,0.5]];portConstraint=eastwest;whiteSpace=wrap;html=1;" value="小期貨" vertex="1">
          <mxGeometry height="26" width="140" y="182" as="geometry" />
        </mxCell>
        <mxCell id="YQHDDsOLslfGtJY1zLIF-56" parent="YQHDDsOLslfGtJY1zLIF-45" style="text;strokeColor=none;fillColor=none;align=left;verticalAlign=top;spacingLeft=4;spacingRight=4;overflow=hidden;rotatable=0;points=[[0,0.5],[1,0.5]];portConstraint=eastwest;whiteSpace=wrap;html=1;" vertex="1">
          <mxGeometry height="26" width="140" y="208" as="geometry" />
        </mxCell>
        <mxCell id="YQHDDsOLslfGtJY1zLIF-57" parent="1" style="swimlane;fontStyle=0;childLayout=stackLayout;horizontal=1;startSize=26;fillColor=none;horizontalStack=0;resizeParent=1;resizeParentMax=0;resizeLast=0;collapsible=1;marginBottom=0;html=1;" value="滙率" vertex="1">
          <mxGeometry height="208" width="140" x="-250" y="100" as="geometry">
            <mxRectangle height="30" width="60" x="-120" y="310" as="alternateBounds" />
          </mxGeometry>
        </mxCell>
        <mxCell id="YQHDDsOLslfGtJY1zLIF-58" parent="YQHDDsOLslfGtJY1zLIF-57" style="text;strokeColor=none;fillColor=none;align=left;verticalAlign=top;spacingLeft=4;spacingRight=4;overflow=hidden;rotatable=0;points=[[0,0.5],[1,0.5]];portConstraint=eastwest;whiteSpace=wrap;html=1;" value="DXY" vertex="1">
          <mxGeometry height="26" width="140" y="26" as="geometry" />
        </mxCell>
        <mxCell id="YQHDDsOLslfGtJY1zLIF-59" parent="YQHDDsOLslfGtJY1zLIF-57" style="text;strokeColor=none;fillColor=none;align=left;verticalAlign=top;spacingLeft=4;spacingRight=4;overflow=hidden;rotatable=0;points=[[0,0.5],[1,0.5]];portConstraint=eastwest;whiteSpace=wrap;html=1;" value="JPY" vertex="1">
          <mxGeometry height="26" width="140" y="52" as="geometry" />
        </mxCell>
        <mxCell id="YQHDDsOLslfGtJY1zLIF-60" parent="YQHDDsOLslfGtJY1zLIF-57" style="text;strokeColor=none;fillColor=none;align=left;verticalAlign=top;spacingLeft=4;spacingRight=4;overflow=hidden;rotatable=0;points=[[0,0.5],[1,0.5]];portConstraint=eastwest;whiteSpace=wrap;html=1;" value="CNH" vertex="1">
          <mxGeometry height="26" width="140" y="78" as="geometry" />
        </mxCell>
        <mxCell id="YQHDDsOLslfGtJY1zLIF-61" parent="YQHDDsOLslfGtJY1zLIF-57" style="text;strokeColor=none;fillColor=none;align=left;verticalAlign=top;spacingLeft=4;spacingRight=4;overflow=hidden;rotatable=0;points=[[0,0.5],[1,0.5]];portConstraint=eastwest;whiteSpace=wrap;html=1;" value="KRW" vertex="1">
          <mxGeometry height="26" width="140" y="104" as="geometry" />
        </mxCell>
        <mxCell id="YQHDDsOLslfGtJY1zLIF-62" parent="YQHDDsOLslfGtJY1zLIF-57" style="text;strokeColor=none;fillColor=none;align=left;verticalAlign=top;spacingLeft=4;spacingRight=4;overflow=hidden;rotatable=0;points=[[0,0.5],[1,0.5]];portConstraint=eastwest;whiteSpace=wrap;html=1;" value="EUR" vertex="1">
          <mxGeometry height="26" width="140" y="130" as="geometry" />
        </mxCell>
        <mxCell id="YQHDDsOLslfGtJY1zLIF-66" parent="YQHDDsOLslfGtJY1zLIF-57" style="text;strokeColor=none;fillColor=none;align=left;verticalAlign=top;spacingLeft=4;spacingRight=4;overflow=hidden;rotatable=0;points=[[0,0.5],[1,0.5]];portConstraint=eastwest;whiteSpace=wrap;html=1;" value="GBP" vertex="1">
          <mxGeometry height="26" width="140" y="156" as="geometry" />
        </mxCell>
-         <mxCell id="YQHDDsOLslfGtJY1zLIF-68" parent="YQHDDsOLslfGtJY1zLIF-57" style="text;strokeColor=none;fillColor=none;align=left;verticalAlign=top;spacingLeft=4;spacingRight=4;overflow=hidden;rotatable=0;points=[[0,0.5],[1,0.5]];portConstraint=eastwest;whiteSpace=wrap;html=1;" vertex="1">
+         <mxCell id="YQHDDsOLslfGtJY1zLIF-68" parent="YQHDDsOLslfGtJY1zLIF-57" style="text;strokeColor=none;fillColor=none;align=left;verticalAlign=top;spacingLeft=4;spacingRight=4;overflow=hidden;rotatable=0;points=[[0,0.5],[1,0.5]];portConstraint=eastwest;whiteSpace=wrap;html=1;" value="..." vertex="1">
          <mxGeometry height="26" width="140" y="182" as="geometry" />
        </mxCell>
        <mxCell id="YQHDDsOLslfGtJY1zLIF-69" parent="1" style="swimlane;fontStyle=0;childLayout=stackLayout;horizontal=1;startSize=26;fillColor=none;horizontalStack=0;resizeParent=1;resizeParentMax=0;resizeLast=0;collapsible=1;marginBottom=0;html=1;" value="債" vertex="1">
          <mxGeometry height="208" width="140" x="-250" y="334" as="geometry">
            <mxRectangle height="30" width="60" x="-120" y="310" as="alternateBounds" />
          </mxGeometry>
        </mxCell>
        <mxCell id="YQHDDsOLslfGtJY1zLIF-70" parent="YQHDDsOLslfGtJY1zLIF-69" style="text;strokeColor=none;fillColor=none;align=left;verticalAlign=top;spacingLeft=4;spacingRight=4;overflow=hidden;rotatable=0;points=[[0,0.5],[1,0.5]];portConstraint=eastwest;whiteSpace=wrap;html=1;" value="CN" vertex="1">
          <mxGeometry height="26" width="140" y="26" as="geometry" />
        </mxCell>
        <mxCell id="YQHDDsOLslfGtJY1zLIF-71" parent="YQHDDsOLslfGtJY1zLIF-69" style="text;strokeColor=none;fillColor=none;align=left;verticalAlign=top;spacingLeft=4;spacingRight=4;overflow=hidden;rotatable=0;points=[[0,0.5],[1,0.5]];portConstraint=eastwest;whiteSpace=wrap;html=1;" value="US" vertex="1">
          <mxGeometry height="26" width="140" y="52" as="geometry" />
        </mxCell>
        <mxCell id="YQHDDsOLslfGtJY1zLIF-72" parent="YQHDDsOLslfGtJY1zLIF-69" style="text;strokeColor=none;fillColor=none;align=left;verticalAlign=top;spacingLeft=4;spacingRight=4;overflow=hidden;rotatable=0;points=[[0,0.5],[1,0.5]];portConstraint=eastwest;whiteSpace=wrap;html=1;" value="EU" vertex="1">
          <mxGeometry height="26" width="140" y="78" as="geometry" />
        </mxCell>
        <mxCell id="YQHDDsOLslfGtJY1zLIF-73" parent="YQHDDsOLslfGtJY1zLIF-69" style="text;strokeColor=none;fillColor=none;align=left;verticalAlign=top;spacingLeft=4;spacingRight=4;overflow=hidden;rotatable=0;points=[[0,0.5],[1,0.5]];portConstraint=eastwest;whiteSpace=wrap;html=1;" value="..." vertex="1">
          <mxGeometry height="26" width="140" y="104" as="geometry" />
        </mxCell>
        <mxCell id="YQHDDsOLslfGtJY1zLIF-74" parent="YQHDDsOLslfGtJY1zLIF-69" style="text;strokeColor=none;fillColor=none;align=left;verticalAlign=top;spacingLeft=4;spacingRight=4;overflow=hidden;rotatable=0;points=[[0,0.5],[1,0.5]];portConstraint=eastwest;whiteSpace=wrap;html=1;" value="..." vertex="1">
          <mxGeometry height="26" width="140" y="130" as="geometry" />
        </mxCell>
        <mxCell id="YQHDDsOLslfGtJY1zLIF-75" parent="YQHDDsOLslfGtJY1zLIF-69" style="text;strokeColor=none;fillColor=none;align=left;verticalAlign=top;spacingLeft=4;spacingRight=4;overflow=hidden;rotatable=0;points=[[0,0.5],[1,0.5]];portConstraint=eastwest;whiteSpace=wrap;html=1;" value="..." vertex="1">
          <mxGeometry height="26" width="140" y="156" as="geometry" />
        </mxCell>
        <mxCell id="YQHDDsOLslfGtJY1zLIF-76" parent="YQHDDsOLslfGtJY1zLIF-69" style="text;strokeColor=none;fillColor=none;align=left;verticalAlign=top;spacingLeft=4;spacingRight=4;overflow=hidden;rotatable=0;points=[[0,0.5],[1,0.5]];portConstraint=eastwest;whiteSpace=wrap;html=1;" vertex="1">
          <mxGeometry height="26" width="140" y="182" as="geometry" />
        </mxCell>
        <mxCell id="YQHDDsOLslfGtJY1zLIF-83" parent="1" style="whiteSpace=wrap;html=1;strokeWidth=2;" value="分成多/空版塊&lt;div&gt;- 跟版塊正相關的產品&lt;/div&gt;&lt;div&gt;- 跟版塊負相關的產品&lt;br&gt;&lt;div&gt;&lt;br&gt;&lt;/div&gt;&lt;/div&gt;" vertex="1">
          <mxGeometry height="80" width="120" x="210" y="890" as="geometry" />
        </mxCell>
        <mxCell id="YQHDDsOLslfGtJY1zLIF-85" parent="1" style="whiteSpace=wrap;html=1;align=left;spacingLeft=6;" value="HK 例子：&lt;div&gt;- IT 為多&lt;br&gt;&lt;div&gt;- IT 負相關於白銀&lt;/div&gt;&lt;div&gt;- 芯片正相關於白銀&lt;/div&gt;&lt;/div&gt;&lt;div&gt;&lt;br&gt;&lt;/div&gt;&lt;div&gt;- F 為空&lt;/div&gt;&lt;div&gt;- F 正相關於DXY&lt;/div&gt;&lt;div&gt;- F 正相關於BTC&lt;/div&gt;" vertex="1">
          <mxGeometry height="260" width="200" x="-80" y="800" as="geometry" />
        </mxCell>
        <mxCell id="YQHDDsOLslfGtJY1zLIF-86" parent="1" style="swimlane;fontStyle=0;childLayout=stackLayout;horizontal=1;startSize=26;fillColor=none;horizontalStack=0;resizeParent=1;resizeParentMax=0;resizeLast=0;collapsible=1;marginBottom=0;html=1;" value="大量股" vertex="1">
          <mxGeometry height="104" width="140" x="-560" y="425" as="geometry">
            <mxRectangle height="30" width="60" x="-120" y="310" as="alternateBounds" />
          </mxGeometry>
        </mxCell>
        <mxCell id="YQHDDsOLslfGtJY1zLIF-87" parent="YQHDDsOLslfGtJY1zLIF-86" style="text;strokeColor=none;fillColor=none;align=left;verticalAlign=top;spacingLeft=4;spacingRight=4;overflow=hidden;rotatable=0;points=[[0,0.5],[1,0.5]];portConstraint=eastwest;whiteSpace=wrap;html=1;" value="動態大量股" vertex="1">
          <mxGeometry height="26" width="140" y="26" as="geometry" />
        </mxCell>
        <mxCell id="YQHDDsOLslfGtJY1zLIF-88" parent="YQHDDsOLslfGtJY1zLIF-86" style="text;strokeColor=none;fillColor=none;align=left;verticalAlign=top;spacingLeft=4;spacingRight=4;overflow=hidden;rotatable=0;points=[[0,0.5],[1,0.5]];portConstraint=eastwest;whiteSpace=wrap;html=1;" value="常規大量股" vertex="1">
          <mxGeometry height="26" width="140" y="52" as="geometry" />
        </mxCell>
        <mxCell id="YQHDDsOLslfGtJY1zLIF-97" parent="YQHDDsOLslfGtJY1zLIF-86" style="text;strokeColor=none;fillColor=none;align=left;verticalAlign=top;spacingLeft=4;spacingRight=4;overflow=hidden;rotatable=0;points=[[0,0.5],[1,0.5]];portConstraint=eastwest;whiteSpace=wrap;html=1;" vertex="1">
          <mxGeometry height="26" width="140" y="78" as="geometry" />
        </mxCell>
      </root>
    </mxGraphModel>
  </diagram>
</mxfile>
